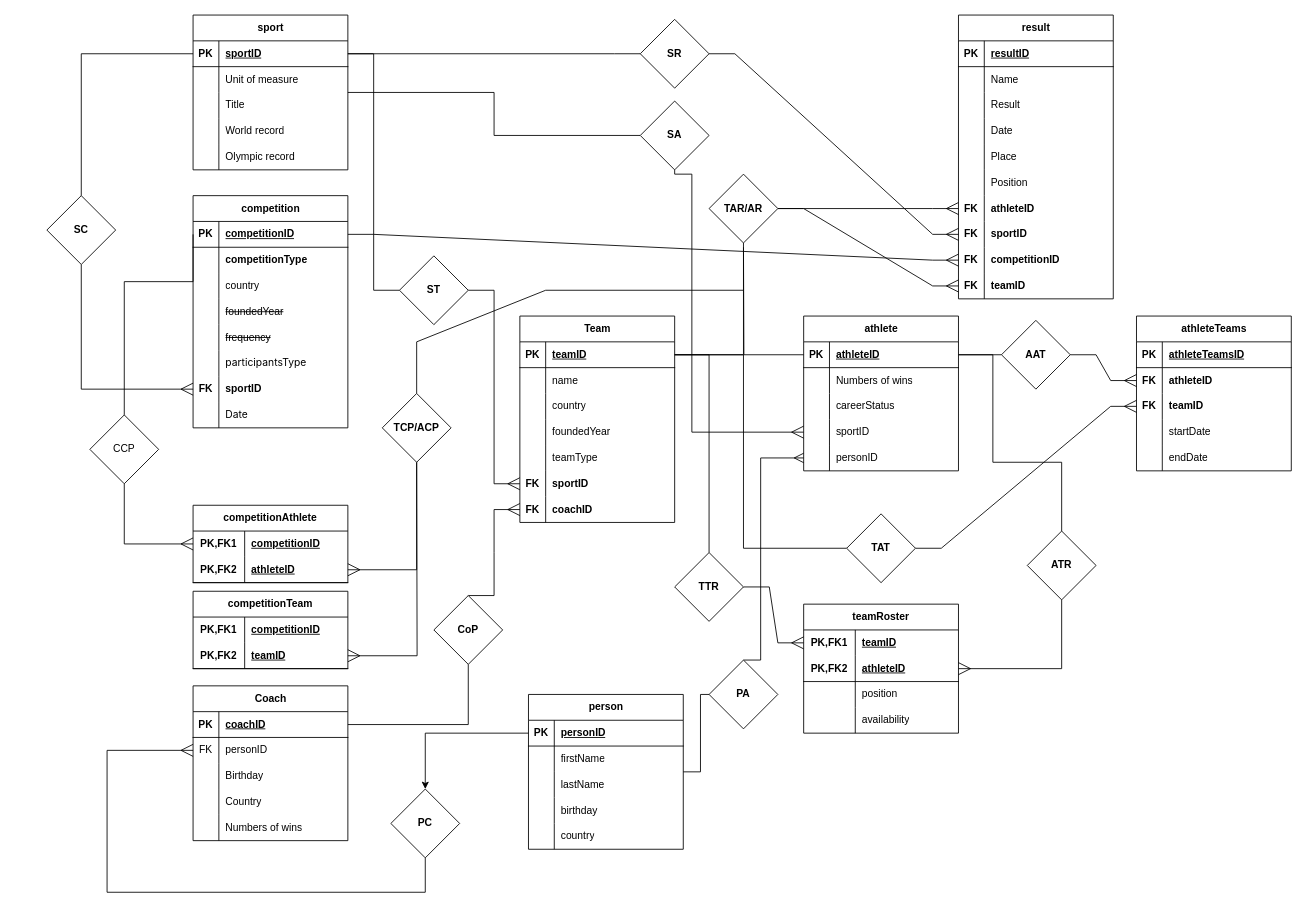
This is ERD_Sport.drawio from AlexKartinin/DataBasePrj, a draw.io file, before an edit. Source tidied: cells renumbered, new cells numbered last; positions are measured from the earlier drawing's top-left corner, leaving out a move shared by most shapes. Both pictures are drawn from the tidied source at 86%, with x=0, y=0 at pixel (29, 15).
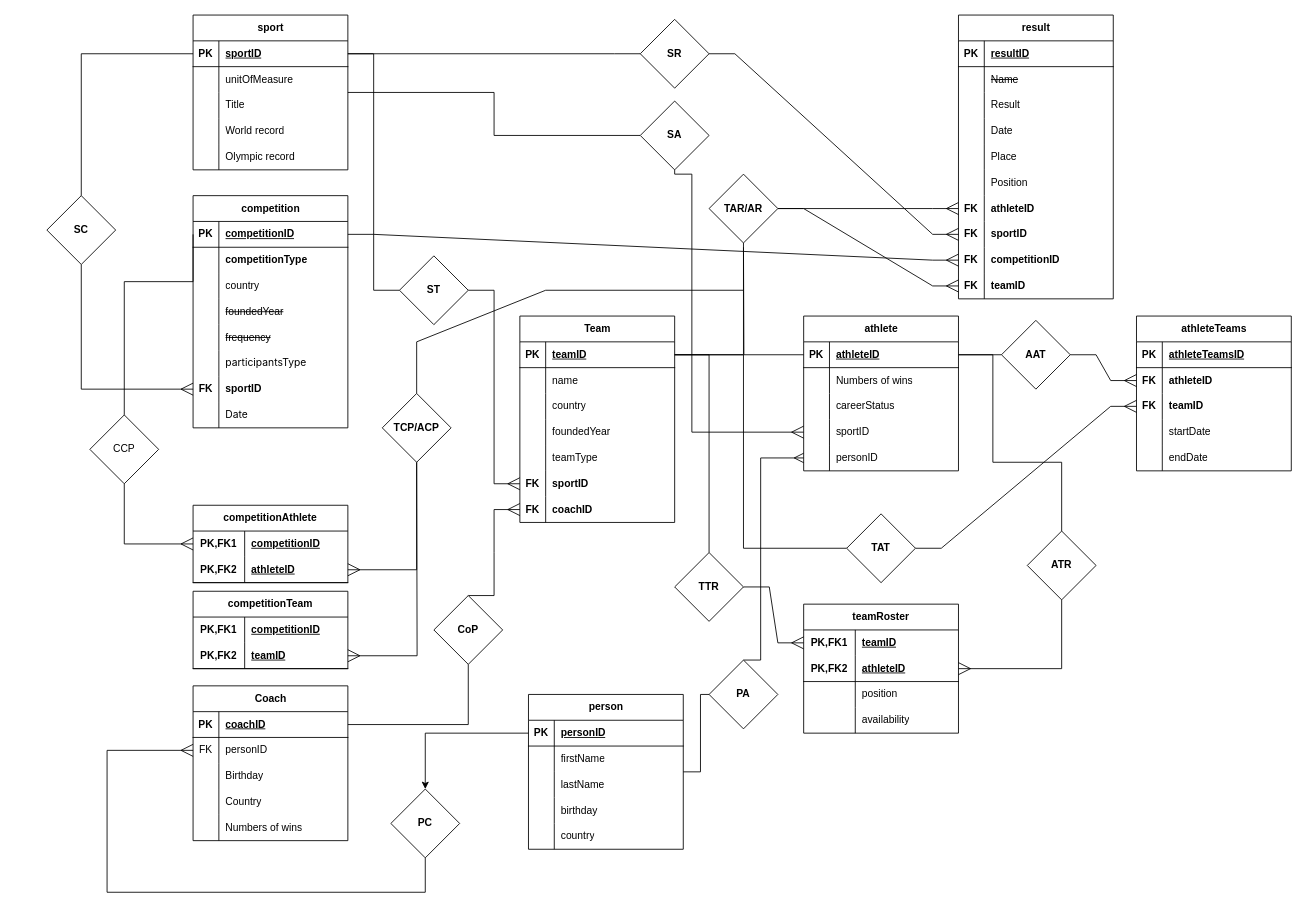
Above is the later version.

The change refers to these unchanged cells:
```xml
<mxCell id="7" style="shape=tableRow;horizontal=0;startSize=0;swimlaneHead=0;swimlaneBody=0;fillColor=none;top=0;left=0;right=0;bottom=0;" parent="3" vertex="1">
  <mxGeometry y="60" width="180" height="30" as="geometry" />
</mxCell>
<mxCell id="23" style="shape=tableRow;horizontal=0;startSize=0;swimlaneHead=0;swimlaneBody=0;fillColor=none;top=0;left=0;right=0;bottom=0;" parent="19" vertex="1">
  <mxGeometry y="60" width="180" height="30" as="geometry" />
</mxCell>
```

The edit, as a diff of the source:
```diff
@@
-    <mxCell id="9" value="Unit of measure" style="shape=partialRectangle;fillColor=none;top=0;left=0;bottom=0;right=0;align=left;spacingLeft=6;overflow=hidden;whiteSpace=wrap;html=1;" parent="7" vertex="1">
+    <mxCell id="9" value="unitOfMeasure" style="shape=partialRectangle;fillColor=none;top=0;left=0;bottom=0;right=0;align=left;spacingLeft=6;overflow=hidden;whiteSpace=wrap;html=1;" parent="7" vertex="1">
       <mxGeometry x="30" width="150" height="30" as="geometry" />
     </mxCell>
@@
-    <mxCell id="25" value="Name" style="shape=partialRectangle;fillColor=none;top=0;left=0;bottom=0;right=0;align=left;spacingLeft=6;overflow=hidden;whiteSpace=wrap;html=1;" parent="23" vertex="1">
+    <mxCell id="25" value="&lt;strike&gt;Name&lt;/strike&gt;" style="shape=partialRectangle;fillColor=none;top=0;left=0;bottom=0;right=0;align=left;spacingLeft=6;overflow=hidden;whiteSpace=wrap;html=1;" parent="23" vertex="1">
       <mxGeometry x="30" width="150" height="30" as="geometry" />
     </mxCell>
```
